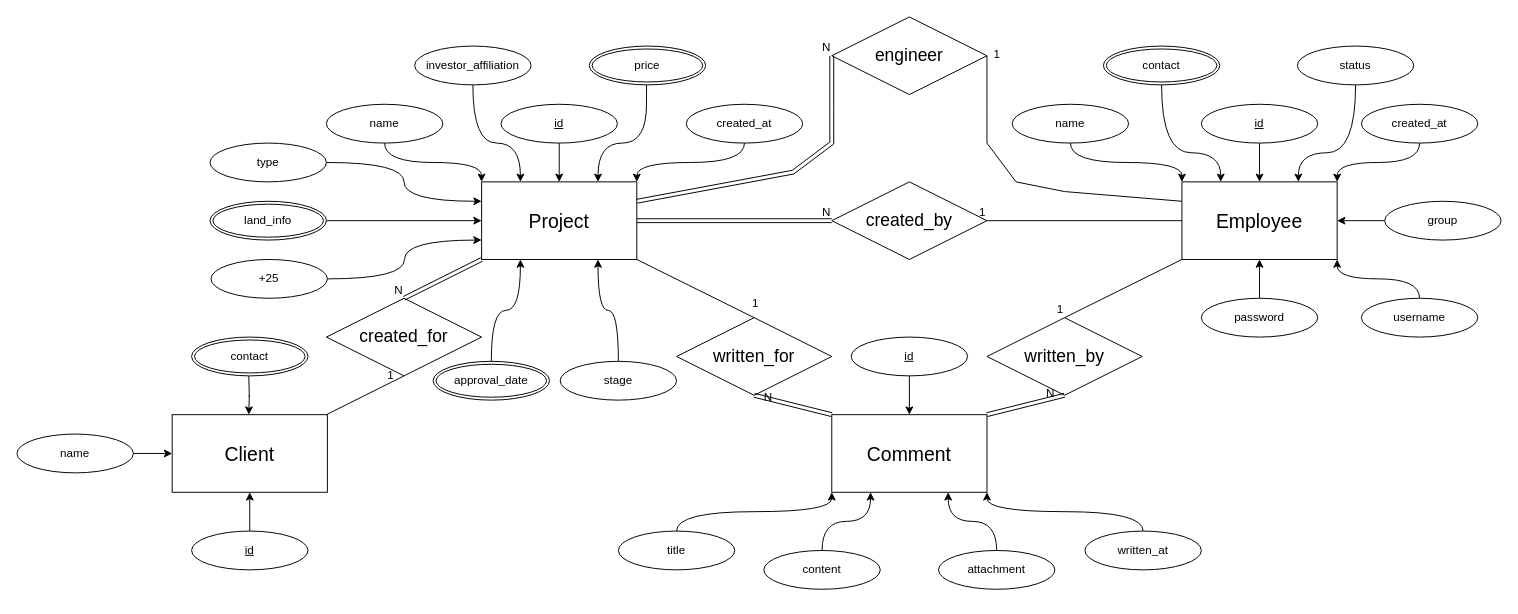
Earlier version of the draw.io diagram Diagrams/AlJarrash_ERD.drawio (hameed-m/Al-Jarrash). Source tidied: cells renumbered, new cells numbered last; positions are measured from the earlier drawing's top-left corner, leaving out a move shared by most shapes. Both pictures are drawn from the tidied source at 97%, with x=0, y=0 at pixel (16, 16).
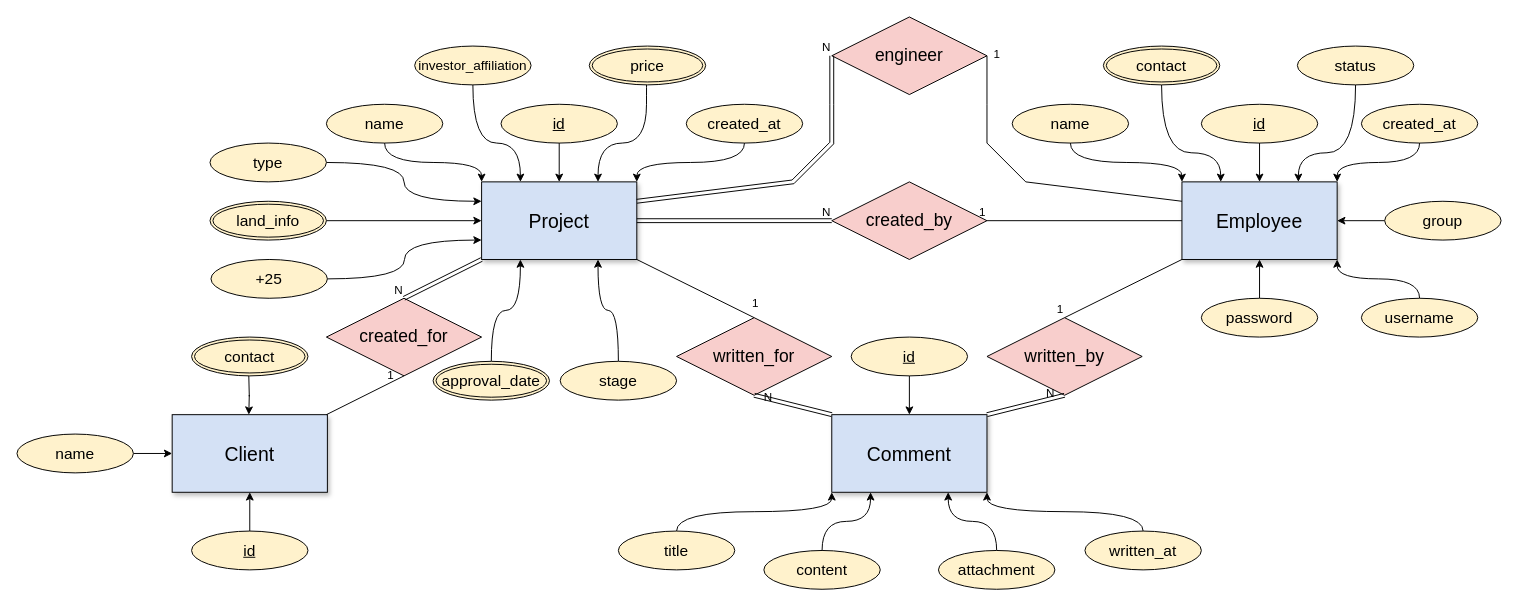
The same page after the edit.

Change to the diagram source:
```diff
@@
-    <mxCell id="2" value="&lt;font style=&quot;font-size: 20px;&quot;&gt;Project&lt;/font&gt;" style="whiteSpace=wrap;html=1;align=center;" parent="1" vertex="1">
+    <mxCell id="2" value="&lt;font style=&quot;font-size: 20px;&quot;&gt;Project&lt;/font&gt;" style="whiteSpace=wrap;html=1;align=center;fillColor=#D4E1F5;shadow=1;" parent="1" vertex="1">
       <mxGeometry x="479" y="170" width="160" height="80" as="geometry" />
     </mxCell>
-    <mxCell id="3" value="&lt;font style=&quot;font-size: 20px;&quot;&gt;Client&lt;/font&gt;" style="whiteSpace=wrap;html=1;align=center;" parent="1" vertex="1">
+    <mxCell id="3" value="&lt;font style=&quot;font-size: 20px;&quot;&gt;Client&lt;/font&gt;" style="whiteSpace=wrap;html=1;align=center;fillColor=#D4E1F5;shadow=1;" parent="1" vertex="1">
       <mxGeometry x="160" y="410" width="160" height="80" as="geometry" />
     </mxCell>
-    <mxCell id="4" value="&lt;font style=&quot;font-size: 20px;&quot;&gt;Employee&lt;/font&gt;" style="whiteSpace=wrap;html=1;align=center;" parent="1" vertex="1">
+    <mxCell id="4" value="&lt;font style=&quot;font-size: 20px;&quot;&gt;Employee&lt;/font&gt;" style="whiteSpace=wrap;html=1;align=center;fillColor=#D4E1F5;shadow=1;" parent="1" vertex="1">
       <mxGeometry x="1201" y="170" width="160" height="80" as="geometry" />
     </mxCell>
-    <mxCell id="5" value="&lt;font style=&quot;font-size: 20px;&quot;&gt;Comment&lt;/font&gt;" style="whiteSpace=wrap;html=1;align=center;" parent="1" vertex="1">
+    <mxCell id="5" value="&lt;font style=&quot;font-size: 20px;&quot;&gt;Comment&lt;/font&gt;" style="whiteSpace=wrap;html=1;align=center;fillColor=#D4E1F5;shadow=1;" parent="1" vertex="1">
       <mxGeometry x="840" y="410" width="160" height="80" as="geometry" />
     </mxCell>
@@
-    <mxCell id="7" value="name" style="ellipse;whiteSpace=wrap;html=1;align=center;" parent="1" vertex="1">
+    <mxCell id="7" value="&lt;font style=&quot;font-size: 16px;&quot;&gt;name&lt;/font&gt;" style="ellipse;whiteSpace=wrap;html=1;align=center;fillColor=#FFF2CC;" parent="1" vertex="1">
       <mxGeometry x="319" y="90" width="120" height="40" as="geometry" />
     </mxCell>
@@
-    <mxCell id="9" value="id" style="ellipse;whiteSpace=wrap;html=1;align=center;fontStyle=4;" parent="1" vertex="1">
+    <mxCell id="9" value="&lt;font style=&quot;font-size: 16px;&quot;&gt;id&lt;/font&gt;" style="ellipse;whiteSpace=wrap;html=1;align=center;fontStyle=4;fillColor=#FFF2CC;" parent="1" vertex="1">
       <mxGeometry x="499" y="90" width="120" height="40" as="geometry" />
     </mxCell>
@@
-    <mxCell id="11" value="created_at" style="ellipse;whiteSpace=wrap;html=1;align=center;" parent="1" vertex="1">
+    <mxCell id="11" value="&lt;font style=&quot;font-size: 16px;&quot;&gt;created_at&lt;/font&gt;" style="ellipse;whiteSpace=wrap;html=1;align=center;fillColor=#FFF2CC;" parent="1" vertex="1">
       <mxGeometry x="690" y="90" width="120" height="40" as="geometry" />
     </mxCell>
-    <mxCell id="12" value="&lt;span style=&quot;font-size: 18px;&quot;&gt;written_for&lt;/span&gt;" style="shape=rhombus;perimeter=rhombusPerimeter;whiteSpace=wrap;html=1;align=center;" parent="1" vertex="1">
+    <mxCell id="12" value="&lt;span style=&quot;font-size: 18px;&quot;&gt;written_for&lt;/span&gt;" style="shape=rhombus;perimeter=rhombusPerimeter;whiteSpace=wrap;html=1;align=center;fillColor=#F8CECC;" parent="1" vertex="1">
       <mxGeometry x="680" y="310" width="160" height="80" as="geometry" />
     </mxCell>
-    <mxCell id="13" value="&lt;font style=&quot;font-size: 18px;&quot;&gt;written_by&lt;/font&gt;" style="shape=rhombus;perimeter=rhombusPerimeter;whiteSpace=wrap;html=1;align=center;" parent="1" vertex="1">
+    <mxCell id="13" value="&lt;font style=&quot;font-size: 18px;&quot;&gt;written_by&lt;/font&gt;" style="shape=rhombus;perimeter=rhombusPerimeter;whiteSpace=wrap;html=1;align=center;fillColor=#F8CECC;" parent="1" vertex="1">
       <mxGeometry x="1000" y="310" width="160" height="80" as="geometry" />
     </mxCell>
-    <mxCell id="14" value="&lt;font style=&quot;font-size: 18px;&quot;&gt;created_by&lt;/font&gt;" style="shape=rhombus;perimeter=rhombusPerimeter;whiteSpace=wrap;html=1;align=center;" parent="1" vertex="1">
+    <mxCell id="14" value="&lt;font style=&quot;font-size: 18px;&quot;&gt;created_by&lt;/font&gt;" style="shape=rhombus;perimeter=rhombusPerimeter;whiteSpace=wrap;html=1;align=center;fillColor=#F8CECC;" parent="1" vertex="1">
       <mxGeometry x="840" y="170" width="160" height="80" as="geometry" />
     </mxCell>
@@
-    <mxCell id="28" value="id" style="ellipse;whiteSpace=wrap;html=1;align=center;fontStyle=4;" parent="1" vertex="1">
+    <mxCell id="28" value="&lt;font style=&quot;font-size: 16px;&quot;&gt;id&lt;/font&gt;" style="ellipse;whiteSpace=wrap;html=1;align=center;fontStyle=4;fillColor=#FFF2CC;" parent="1" vertex="1">
       <mxGeometry x="860" y="330" width="120" height="40" as="geometry" />
     </mxCell>
@@
-    <mxCell id="30" value="title" style="ellipse;whiteSpace=wrap;html=1;align=center;" parent="1" vertex="1">
+    <mxCell id="30" value="&lt;font style=&quot;font-size: 16px;&quot;&gt;title&lt;/font&gt;" style="ellipse;whiteSpace=wrap;html=1;align=center;fillColor=#FFF2CC;" parent="1" vertex="1">
       <mxGeometry x="620" y="530" width="120" height="40" as="geometry" />
     </mxCell>
@@
-    <mxCell id="33" value="content" style="ellipse;whiteSpace=wrap;html=1;align=center;" parent="1" vertex="1">
+    <mxCell id="33" value="&lt;font style=&quot;font-size: 16px;&quot;&gt;content&lt;/font&gt;" style="ellipse;whiteSpace=wrap;html=1;align=center;fillColor=#FFF2CC;" parent="1" vertex="1">
       <mxGeometry x="770" y="550" width="120" height="40" as="geometry" />
     </mxCell>
-    <mxCell id="34" value="&lt;span style=&quot;font-size: 18px;&quot;&gt;created_for&lt;/span&gt;" style="shape=rhombus;perimeter=rhombusPerimeter;whiteSpace=wrap;html=1;align=center;" parent="1" vertex="1">
+    <mxCell id="34" value="&lt;span style=&quot;font-size: 18px;&quot;&gt;created_for&lt;/span&gt;" style="shape=rhombus;perimeter=rhombusPerimeter;whiteSpace=wrap;html=1;align=center;fillColor=#F8CECC;" parent="1" vertex="1">
       <mxGeometry x="319" y="290" width="160" height="80" as="geometry" />
     </mxCell>
@@
-    <mxCell id="40" value="id" style="ellipse;whiteSpace=wrap;html=1;align=center;fontStyle=4;" parent="1" vertex="1">
+    <mxCell id="40" value="&lt;font style=&quot;font-size: 16px;&quot;&gt;id&lt;/font&gt;" style="ellipse;whiteSpace=wrap;html=1;align=center;fontStyle=4;fillColor=#FFF2CC;" parent="1" vertex="1">
       <mxGeometry x="1221" y="90" width="120" height="40" as="geometry" />
     </mxCell>
@@
-    <mxCell id="42" value="name" style="ellipse;whiteSpace=wrap;html=1;align=center;" parent="1" vertex="1">
+    <mxCell id="42" value="&lt;font style=&quot;font-size: 16px;&quot;&gt;name&lt;/font&gt;" style="ellipse;whiteSpace=wrap;html=1;align=center;fillColor=#FFF2CC;" parent="1" vertex="1">
       <mxGeometry x="1026" y="90" width="120" height="40" as="geometry" />
     </mxCell>
@@
-    <mxCell id="45" value="created_at" style="ellipse;whiteSpace=wrap;html=1;align=center;" parent="1" vertex="1">
+    <mxCell id="45" value="&lt;font style=&quot;font-size: 16px;&quot;&gt;created_at&lt;/font&gt;" style="ellipse;whiteSpace=wrap;html=1;align=center;fillColor=#FFF2CC;" parent="1" vertex="1">
       <mxGeometry x="1386" y="90" width="120" height="40" as="geometry" />
     </mxCell>
@@
-    <mxCell id="47" value="status" style="ellipse;whiteSpace=wrap;html=1;align=center;" parent="1" vertex="1">
+    <mxCell id="47" value="&lt;font style=&quot;font-size: 16px;&quot;&gt;status&lt;/font&gt;" style="ellipse;whiteSpace=wrap;html=1;align=center;fillColor=#FFF2CC;" parent="1" vertex="1">
       <mxGeometry x="1320" y="30" width="120" height="40" as="geometry" />
     </mxCell>
@@
-    <mxCell id="49" value="group" style="ellipse;whiteSpace=wrap;html=1;align=center;" parent="1" vertex="1">
+    <mxCell id="49" value="&lt;font style=&quot;font-size: 16px;&quot;&gt;group&lt;/font&gt;" style="ellipse;whiteSpace=wrap;html=1;align=center;fillColor=#FFF2CC;" parent="1" vertex="1">
       <mxGeometry x="1410" y="190" width="120" height="40" as="geometry" />
     </mxCell>
@@
-    <mxCell id="51" value="contact" style="ellipse;shape=doubleEllipse;margin=3;whiteSpace=wrap;html=1;align=center;" parent="1" vertex="1">
+    <mxCell id="51" value="&lt;font style=&quot;font-size: 16px;&quot;&gt;contact&lt;/font&gt;" style="ellipse;shape=doubleEllipse;margin=3;whiteSpace=wrap;html=1;align=center;fillColor=#FFF2CC;" parent="1" vertex="1">
       <mxGeometry x="1120" y="30" width="120" height="40" as="geometry" />
     </mxCell>
@@
-    <mxCell id="53" value="password" style="ellipse;whiteSpace=wrap;html=1;align=center;" parent="1" vertex="1">
+    <mxCell id="53" value="&lt;font style=&quot;font-size: 16px;&quot;&gt;password&lt;/font&gt;" style="ellipse;whiteSpace=wrap;html=1;align=center;fillColor=#FFF2CC;" parent="1" vertex="1">
       <mxGeometry x="1221" y="290" width="120" height="40" as="geometry" />
     </mxCell>
@@
-    <mxCell id="55" value="username" style="ellipse;whiteSpace=wrap;html=1;align=center;" parent="1" vertex="1">
+    <mxCell id="55" value="&lt;font style=&quot;font-size: 16px;&quot;&gt;username&lt;/font&gt;" style="ellipse;whiteSpace=wrap;html=1;align=center;fillColor=#FFF2CC;" parent="1" vertex="1">
       <mxGeometry x="1386" y="290" width="120" height="40" as="geometry" />
     </mxCell>
@@
-    <mxCell id="57" value="id" style="ellipse;whiteSpace=wrap;html=1;align=center;fontStyle=4;" parent="1" vertex="1">
+    <mxCell id="57" value="&lt;font style=&quot;font-size: 16px;&quot;&gt;id&lt;/font&gt;" style="ellipse;whiteSpace=wrap;html=1;align=center;fontStyle=4;fillColor=#FFF2CC;" parent="1" vertex="1">
       <mxGeometry x="180" y="530" width="120" height="40" as="geometry" />
     </mxCell>
@@
-    <mxCell id="59" value="name" style="ellipse;whiteSpace=wrap;html=1;align=center;" parent="1" vertex="1">
+    <mxCell id="59" value="&lt;font style=&quot;font-size: 16px;&quot;&gt;name&lt;/font&gt;" style="ellipse;whiteSpace=wrap;html=1;align=center;fillColor=#FFF2CC;" parent="1" vertex="1">
       <mxGeometry y="430" width="120" height="40" as="geometry" />
     </mxCell>
@@
-    <mxCell id="61" value="contact" style="ellipse;shape=doubleEllipse;margin=3;whiteSpace=wrap;html=1;align=center;" parent="1" vertex="1">
+    <mxCell id="61" value="&lt;font style=&quot;font-size: 16px;&quot;&gt;contact&lt;/font&gt;" style="ellipse;shape=doubleEllipse;margin=3;whiteSpace=wrap;html=1;align=center;fillColor=#FFF2CC;" parent="1" vertex="1">
       <mxGeometry x="180" y="330" width="120" height="40" as="geometry" />
     </mxCell>
@@
-    <mxCell id="63" value="attachment" style="ellipse;whiteSpace=wrap;html=1;align=center;" parent="1" vertex="1">
+    <mxCell id="63" value="&lt;font style=&quot;font-size: 16px;&quot;&gt;attachment&lt;/font&gt;" style="ellipse;whiteSpace=wrap;html=1;align=center;fillColor=#FFF2CC;" parent="1" vertex="1">
       <mxGeometry x="950" y="550" width="120" height="40" as="geometry" />
     </mxCell>
@@
-    <mxCell id="65" value="type" style="ellipse;whiteSpace=wrap;html=1;align=center;" parent="1" vertex="1">
+    <mxCell id="65" value="&lt;font style=&quot;font-size: 16px;&quot;&gt;type&lt;/font&gt;" style="ellipse;whiteSpace=wrap;html=1;align=center;fillColor=#FFF2CC;" parent="1" vertex="1">
       <mxGeometry x="199" y="130" width="120" height="40" as="geometry" />
     </mxCell>
@@
-    <mxCell id="67" value="land_info" style="ellipse;shape=doubleEllipse;margin=3;whiteSpace=wrap;html=1;align=center;" parent="1" vertex="1">
+    <mxCell id="67" value="&lt;font style=&quot;font-size: 16px;&quot;&gt;land_info&lt;/font&gt;" style="ellipse;shape=doubleEllipse;margin=3;whiteSpace=wrap;html=1;align=center;fillColor=#FFF2CC;" parent="1" vertex="1">
       <mxGeometry x="199" y="190" width="120" height="40" as="geometry" />
     </mxCell>
-    <mxCell id="68" value="&lt;font style=&quot;font-size: 18px;&quot;&gt;engineer&lt;/font&gt;" style="shape=rhombus;perimeter=rhombusPerimeter;whiteSpace=wrap;html=1;align=center;" parent="1" vertex="1">
+    <mxCell id="68" value="&lt;font style=&quot;font-size: 18px;&quot;&gt;engineer&lt;/font&gt;" style="shape=rhombus;perimeter=rhombusPerimeter;whiteSpace=wrap;html=1;align=center;fillColor=#F8CECC;" parent="1" vertex="1">
       <mxGeometry x="840" width="160" height="80" as="geometry" />
     </mxCell>
     <mxCell id="69" style="endArrow=none;html=1;rounded=0;entryX=1;entryY=0.5;entryDx=0;entryDy=0;exitX=0;exitY=0.25;exitDx=0;exitDy=0;" parent="1" edge="1" source="4" target="68">
       <mxGeometry relative="1" as="geometry">
         <Array as="points">
-          <mxPoint x="1080" y="180" />
-          <mxPoint x="1030" y="170" />
+          <mxPoint x="1040" y="170" />
           <mxPoint x="1000" y="130" />
           <mxPoint x="1000" y="90" />
         </Array>
       </mxGeometry>
     </mxCell>
@@
     <mxCell id="71" style="shape=link;html=1;rounded=0;entryX=0;entryY=0.5;entryDx=0;entryDy=0;exitX=1;exitY=0.25;exitDx=0;exitDy=0;" parent="1" edge="1" source="2" target="68">
       <mxGeometry relative="1" as="geometry">
         <Array as="points">
-          <mxPoint x="800" y="160" />
+          <mxPoint x="800" y="170" />
           <mxPoint x="840" y="130" />
           <mxPoint x="840" y="90" />
         </Array>
       </mxGeometry>
     </mxCell>
@@
-    <mxCell id="74" value="approval_date" style="ellipse;shape=doubleEllipse;margin=3;whiteSpace=wrap;html=1;align=center;" parent="1" vertex="1">
+    <mxCell id="74" value="&lt;font style=&quot;font-size: 16px;&quot;&gt;approval_date&lt;/font&gt;" style="ellipse;shape=doubleEllipse;margin=3;whiteSpace=wrap;html=1;align=center;fillColor=#FFF2CC;" parent="1" vertex="1">
       <mxGeometry x="429" y="355" width="120" height="40" as="geometry" />
     </mxCell>
@@
-    <mxCell id="76" value="+25" style="ellipse;whiteSpace=wrap;html=1;align=center;" parent="1" vertex="1">
+    <mxCell id="76" value="&lt;font style=&quot;font-size: 16px;&quot;&gt;+25&lt;/font&gt;" style="ellipse;whiteSpace=wrap;html=1;align=center;fillColor=#FFF2CC;" parent="1" vertex="1">
       <mxGeometry x="200" y="250" width="120" height="40" as="geometry" />
     </mxCell>
@@
-    <mxCell id="78" value="investor_affiliation" style="ellipse;whiteSpace=wrap;html=1;align=center;" parent="1" vertex="1">
+    <mxCell id="78" value="&lt;font style=&quot;font-size: 14px;&quot;&gt;investor_affiliation&lt;/font&gt;" style="ellipse;whiteSpace=wrap;html=1;align=center;fillColor=#FFF2CC;" parent="1" vertex="1">
       <mxGeometry x="410" y="30" width="120" height="40" as="geometry" />
     </mxCell>
-    <mxCell id="79" value="price" style="ellipse;shape=doubleEllipse;margin=3;whiteSpace=wrap;html=1;align=center;" parent="1" vertex="1">
+    <mxCell id="79" value="&lt;font style=&quot;font-size: 16px;&quot;&gt;price&lt;/font&gt;" style="ellipse;shape=doubleEllipse;margin=3;whiteSpace=wrap;html=1;align=center;fillColor=#FFF2CC;" parent="1" vertex="1">
       <mxGeometry x="590" y="30" width="120" height="40" as="geometry" />
     </mxCell>
-    <mxCell id="80" value="written_at" style="ellipse;whiteSpace=wrap;html=1;align=center;" parent="1" vertex="1">
+    <mxCell id="80" value="&lt;font style=&quot;font-size: 16px;&quot;&gt;written_at&lt;/font&gt;" style="ellipse;whiteSpace=wrap;html=1;align=center;fillColor=#FFF2CC;" parent="1" vertex="1">
       <mxGeometry x="1101" y="530" width="120" height="40" as="geometry" />
     </mxCell>
@@
-    <mxCell id="83" value="stage" style="ellipse;whiteSpace=wrap;html=1;align=center;" parent="1" vertex="1">
+    <mxCell id="83" value="&lt;font style=&quot;font-size: 16px;&quot;&gt;stage&lt;/font&gt;" style="ellipse;whiteSpace=wrap;html=1;align=center;fillColor=#FFF2CC;" parent="1" vertex="1">
       <mxGeometry x="560" y="355" width="120" height="40" as="geometry" />
     </mxCell>
```
